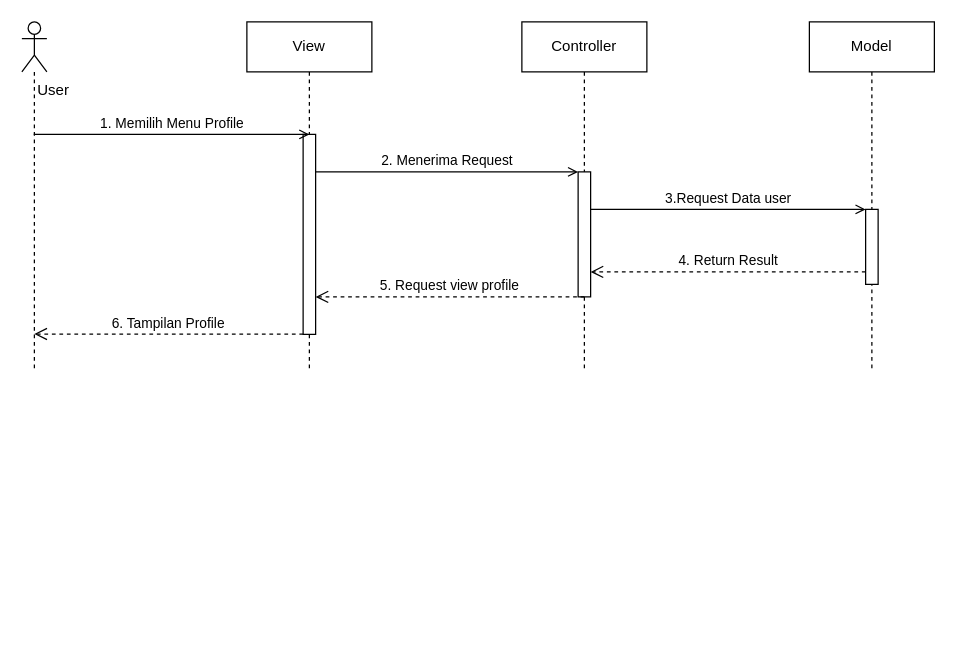
Before: page "Register_sequence" (2 of 4) of sequence.drawio in ThikerXCX/umltoko, a draw.io diagram. Source tidied: cells renumbered, new cells numbered last; positions are measured from the earlier drawing's top-left corner, leaving out a move shared by most shapes. Both pictures are drawn from the tidied source at 125%, with x=0, y=0 at pixel (21, 21).
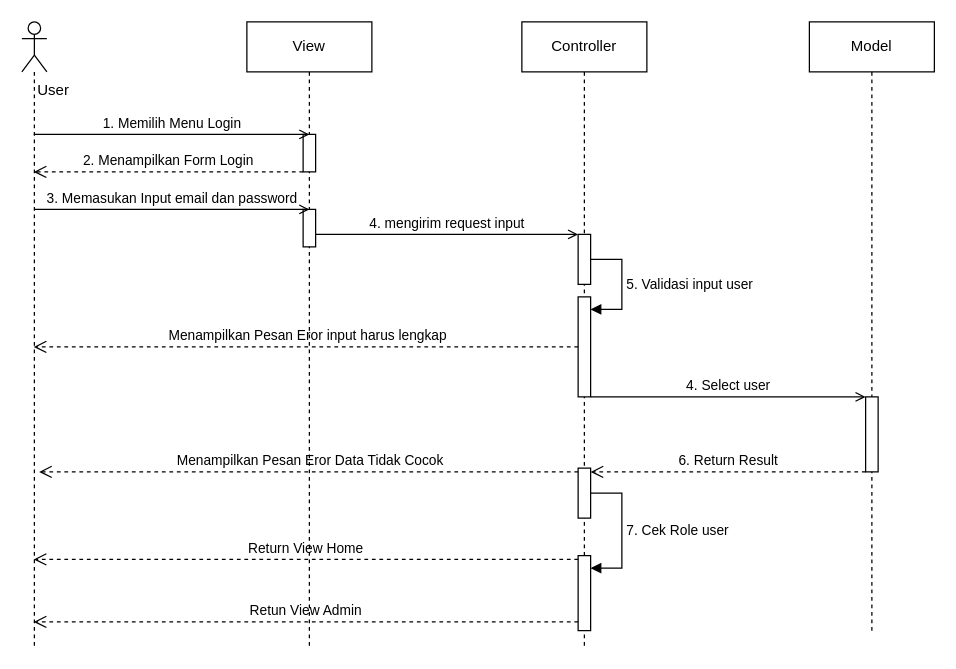
After the change.

Change to the diagram source:
```diff
@@
-    <mxCell id="2" style="shape=umlLifeline;perimeter=lifelinePerimeter;whiteSpace=wrap;html=1;outlineConnect=0;portConstraint=eastwest;newEdgeStyle={&quot;edgeStyle&quot;:&quot;elbowEdgeStyle&quot;,&quot;elbow&quot;:&quot;vertical&quot;,&quot;curved&quot;:0,&quot;rounded&quot;:0};participant=umlActor;" parent="1" vertex="1">
-      <mxGeometry width="20" height="280" as="geometry" />
-    </mxCell>
+    <mxCell id="16" style="shape=umlLifeline;perimeter=lifelinePerimeter;whiteSpace=wrap;html=1;outlineConnect=0;portConstraint=eastwest;newEdgeStyle={&quot;edgeStyle&quot;:&quot;elbowEdgeStyle&quot;,&quot;elbow&quot;:&quot;vertical&quot;,&quot;curved&quot;:0,&quot;rounded&quot;:0};participant=umlActor;" parent="1" vertex="1">
+      <mxGeometry width="20" height="500" as="geometry" />
+    </mxCell>
     <mxCell id="3" value="View" style="shape=umlLifeline;perimeter=lifelinePerimeter;whiteSpace=wrap;html=1;newEdgeStyle={&quot;edgeStyle&quot;:&quot;elbowEdgeStyle&quot;,&quot;elbow&quot;:&quot;vertical&quot;,&quot;curved&quot;:0,&quot;rounded&quot;:0};" parent="1" vertex="1">
-      <mxGeometry x="180" width="100" height="280" as="geometry" />
+      <mxGeometry x="180" width="100" height="500" as="geometry" />
     </mxCell>
-    <mxCell id="4" style="html=1;points=[];perimeter=orthogonalPerimeter;outlineConnect=0;targetShapes=umlLifeline;portConstraint=eastwest;newEdgeStyle={&quot;edgeStyle&quot;:&quot;elbowEdgeStyle&quot;,&quot;elbow&quot;:&quot;vertical&quot;,&quot;curved&quot;:0,&quot;rounded&quot;:0};" parent="3" vertex="1">
-      <mxGeometry x="45" y="90" width="10" height="160" as="geometry" />
-    </mxCell>
+    <mxCell id="17" style="html=1;points=[];perimeter=orthogonalPerimeter;outlineConnect=0;targetShapes=umlLifeline;portConstraint=eastwest;newEdgeStyle={&quot;edgeStyle&quot;:&quot;elbowEdgeStyle&quot;,&quot;elbow&quot;:&quot;vertical&quot;,&quot;curved&quot;:0,&quot;rounded&quot;:0};" parent="3" vertex="1">
+      <mxGeometry x="45" y="90" width="10" height="30" as="geometry" />
+    </mxCell>
+    <mxCell id="18" style="html=1;points=[];perimeter=orthogonalPerimeter;outlineConnect=0;targetShapes=umlLifeline;portConstraint=eastwest;newEdgeStyle={&quot;edgeStyle&quot;:&quot;elbowEdgeStyle&quot;,&quot;elbow&quot;:&quot;vertical&quot;,&quot;curved&quot;:0,&quot;rounded&quot;:0};" parent="3" vertex="1">
+      <mxGeometry x="45" y="150" width="10" height="30" as="geometry" />
+    </mxCell>
@@
     <mxCell id="6" value="Controller" style="shape=umlLifeline;perimeter=lifelinePerimeter;whiteSpace=wrap;html=1;newEdgeStyle={&quot;edgeStyle&quot;:&quot;elbowEdgeStyle&quot;,&quot;elbow&quot;:&quot;vertical&quot;,&quot;curved&quot;:0,&quot;rounded&quot;:0};" parent="1" vertex="1">
-      <mxGeometry x="400" width="100" height="280" as="geometry" />
+      <mxGeometry x="400" width="100" height="500" as="geometry" />
     </mxCell>
-    <mxCell id="7" style="html=1;points=[];perimeter=orthogonalPerimeter;outlineConnect=0;targetShapes=umlLifeline;portConstraint=eastwest;newEdgeStyle={&quot;edgeStyle&quot;:&quot;elbowEdgeStyle&quot;,&quot;elbow&quot;:&quot;vertical&quot;,&quot;curved&quot;:0,&quot;rounded&quot;:0};" parent="6" vertex="1">
-      <mxGeometry x="45" y="120" width="10" height="100" as="geometry" />
-    </mxCell>
+    <mxCell id="19" style="html=1;points=[];perimeter=orthogonalPerimeter;outlineConnect=0;targetShapes=umlLifeline;portConstraint=eastwest;newEdgeStyle={&quot;edgeStyle&quot;:&quot;elbowEdgeStyle&quot;,&quot;elbow&quot;:&quot;vertical&quot;,&quot;curved&quot;:0,&quot;rounded&quot;:0};" parent="6" vertex="1">
+      <mxGeometry x="45" y="170" width="10" height="40" as="geometry" />
+    </mxCell>
+    <mxCell id="20" value="5. Validasi input user" style="html=1;align=left;spacingLeft=2;endArrow=block;rounded=0;edgeStyle=orthogonalEdgeStyle;curved=0;rounded=0;" parent="6" edge="1" source="19" target="21">
+      <mxGeometry relative="1" as="geometry">
+        <Array as="points">
+          <mxPoint x="80" y="190" />
+          <mxPoint x="80" y="230" />
+        </Array>
+      </mxGeometry>
+    </mxCell>
+    <mxCell id="21" style="html=1;points=[];perimeter=orthogonalPerimeter;outlineConnect=0;targetShapes=umlLifeline;portConstraint=eastwest;newEdgeStyle={&quot;edgeStyle&quot;:&quot;elbowEdgeStyle&quot;,&quot;elbow&quot;:&quot;vertical&quot;,&quot;curved&quot;:0,&quot;rounded&quot;:0};" parent="6" vertex="1">
+      <mxGeometry x="45" y="220" width="10" height="80" as="geometry" />
+    </mxCell>
+    <mxCell id="22" style="html=1;points=[];perimeter=orthogonalPerimeter;outlineConnect=0;targetShapes=umlLifeline;portConstraint=eastwest;newEdgeStyle={&quot;edgeStyle&quot;:&quot;elbowEdgeStyle&quot;,&quot;elbow&quot;:&quot;vertical&quot;,&quot;curved&quot;:0,&quot;rounded&quot;:0};" parent="6" vertex="1">
+      <mxGeometry x="45" y="357" width="10" height="40" as="geometry" />
+    </mxCell>
+    <mxCell id="23" value="7. Cek Role user" style="html=1;align=left;spacingLeft=2;endArrow=block;rounded=0;edgeStyle=orthogonalEdgeStyle;curved=0;rounded=0;" parent="6" edge="1" source="22" target="24">
+      <mxGeometry relative="1" as="geometry">
+        <Array as="points">
+          <mxPoint x="80" y="377" />
+          <mxPoint x="80" y="437" />
+        </Array>
+      </mxGeometry>
+    </mxCell>
+    <mxCell id="24" style="html=1;points=[];perimeter=orthogonalPerimeter;outlineConnect=0;targetShapes=umlLifeline;portConstraint=eastwest;newEdgeStyle={&quot;edgeStyle&quot;:&quot;elbowEdgeStyle&quot;,&quot;elbow&quot;:&quot;vertical&quot;,&quot;curved&quot;:0,&quot;rounded&quot;:0};" parent="6" vertex="1">
+      <mxGeometry x="45" y="427" width="10" height="60" as="geometry" />
+    </mxCell>
     <mxCell id="8" value="Model" style="shape=umlLifeline;perimeter=lifelinePerimeter;whiteSpace=wrap;html=1;newEdgeStyle={&quot;edgeStyle&quot;:&quot;elbowEdgeStyle&quot;,&quot;elbow&quot;:&quot;vertical&quot;,&quot;curved&quot;:0,&quot;rounded&quot;:0};" parent="1" vertex="1">
-      <mxGeometry x="630" width="100" height="280" as="geometry" />
+      <mxGeometry x="630" width="100" height="490" as="geometry" />
     </mxCell>
-    <mxCell id="9" style="html=1;points=[];perimeter=orthogonalPerimeter;outlineConnect=0;targetShapes=umlLifeline;portConstraint=eastwest;newEdgeStyle={&quot;edgeStyle&quot;:&quot;elbowEdgeStyle&quot;,&quot;elbow&quot;:&quot;vertical&quot;,&quot;curved&quot;:0,&quot;rounded&quot;:0};" parent="8" vertex="1">
-      <mxGeometry x="45" y="150" width="10" height="60" as="geometry" />
-    </mxCell>
-    <mxCell id="10" value="1. Memilih Menu Profile" style="html=1;verticalAlign=bottom;labelBackgroundColor=none;endArrow=open;endFill=0;rounded=0;" parent="1" edge="1" source="2">
-      <mxGeometry relative="1" as="geometry">
-        <mxPoint x="230" y="90" as="targetPoint" />
-        <Array as="points">
-          <mxPoint x="100" y="90" />
-        </Array>
-      </mxGeometry>
-    </mxCell>
-    <mxCell id="11" value="4. Return Result" style="endArrow=open;startArrow=none;endFill=0;startFill=0;endSize=8;html=1;verticalAlign=bottom;dashed=1;labelBackgroundColor=none;rounded=0;" parent="1" edge="1" source="9" target="7">
-      <mxGeometry relative="1" as="geometry">
-        <Array as="points">
-          <mxPoint x="540" y="200" />
-        </Array>
-      </mxGeometry>
-    </mxCell>
-    <mxCell id="12" value="2. Menerima Request" style="html=1;verticalAlign=bottom;labelBackgroundColor=none;endArrow=open;endFill=0;rounded=0;" parent="1" edge="1" source="4" target="7">
-      <mxGeometry relative="1" as="geometry">
-        <Array as="points">
-          <mxPoint x="325" y="120" />
-        </Array>
-      </mxGeometry>
-    </mxCell>
-    <mxCell id="13" value="3.Request Data user" style="html=1;verticalAlign=bottom;labelBackgroundColor=none;endArrow=open;endFill=0;rounded=0;" parent="1" edge="1" source="7" target="9">
-      <mxGeometry relative="1" as="geometry">
-        <Array as="points">
-          <mxPoint x="550" y="150" />
-        </Array>
-      </mxGeometry>
-    </mxCell>
-    <mxCell id="14" value="5. Request view profile" style="endArrow=open;startArrow=none;endFill=0;startFill=0;endSize=8;html=1;verticalAlign=bottom;dashed=1;labelBackgroundColor=none;rounded=0;" parent="1" edge="1" target="4">
-      <mxGeometry relative="1" as="geometry">
-        <mxPoint x="450" y="220" as="sourcePoint" />
-        <Array as="points">
-          <mxPoint x="320" y="220" />
-        </Array>
-      </mxGeometry>
-    </mxCell>
-    <mxCell id="15" value="6. Tampilan Profile" style="endArrow=open;startArrow=none;endFill=0;startFill=0;endSize=8;html=1;verticalAlign=bottom;dashed=1;labelBackgroundColor=none;rounded=0;" parent="1" edge="1" source="4">
-      <mxGeometry relative="1" as="geometry">
-        <mxPoint x="10" y="249.7" as="targetPoint" />
-        <Array as="points">
-          <mxPoint x="100" y="249.7" />
-        </Array>
-      </mxGeometry>
-    </mxCell>
+    <mxCell id="25" style="html=1;points=[];perimeter=orthogonalPerimeter;outlineConnect=0;targetShapes=umlLifeline;portConstraint=eastwest;newEdgeStyle={&quot;edgeStyle&quot;:&quot;elbowEdgeStyle&quot;,&quot;elbow&quot;:&quot;vertical&quot;,&quot;curved&quot;:0,&quot;rounded&quot;:0};" parent="8" vertex="1">
+      <mxGeometry x="45" y="300" width="10" height="60" as="geometry" />
+    </mxCell>
+    <mxCell id="26" value="1. Memilih Menu Login" style="html=1;verticalAlign=bottom;labelBackgroundColor=none;endArrow=open;endFill=0;rounded=0;" parent="1" edge="1" source="16">
+      <mxGeometry relative="1" as="geometry">
+        <mxPoint x="230" y="90" as="targetPoint" />
+        <Array as="points">
+          <mxPoint x="100" y="90" />
+        </Array>
+      </mxGeometry>
+    </mxCell>
+    <mxCell id="27" value="2. Menampilkan Form Login" style="endArrow=open;startArrow=none;endFill=0;startFill=0;endSize=8;html=1;verticalAlign=bottom;dashed=1;labelBackgroundColor=none;rounded=0;" parent="1" edge="1" source="17" target="16">
+      <mxGeometry relative="1" as="geometry">
+        <Array as="points">
+          <mxPoint x="80" y="120" />
+        </Array>
+      </mxGeometry>
+    </mxCell>
+    <mxCell id="28" value="3. Memasukan Input email dan password" style="html=1;verticalAlign=bottom;labelBackgroundColor=none;endArrow=open;endFill=0;rounded=0;" parent="1" edge="1">
+      <mxGeometry relative="1" as="geometry">
+        <mxPoint x="10" y="150" as="sourcePoint" />
+        <mxPoint x="230" y="150" as="targetPoint" />
+        <Array as="points">
+          <mxPoint x="100" y="150" />
+        </Array>
+      </mxGeometry>
+    </mxCell>
+    <mxCell id="29" value="4. mengirim request input" style="html=1;verticalAlign=bottom;labelBackgroundColor=none;endArrow=open;endFill=0;rounded=0;" parent="1" edge="1" source="18">
+      <mxGeometry relative="1" as="geometry">
+        <mxPoint x="445" y="170" as="targetPoint" />
+        <Array as="points">
+          <mxPoint x="320" y="170" />
+        </Array>
+      </mxGeometry>
+    </mxCell>
+    <mxCell id="30" value="4. Select user" style="html=1;verticalAlign=bottom;labelBackgroundColor=none;endArrow=open;endFill=0;rounded=0;" parent="1" edge="1" target="25">
+      <mxGeometry relative="1" as="geometry">
+        <mxPoint x="455" y="300" as="sourcePoint" />
+        <Array as="points">
+          <mxPoint x="550" y="300" />
+        </Array>
+      </mxGeometry>
+    </mxCell>
+    <mxCell id="31" value="&amp;nbsp;Menampilkan Pesan Eror input harus lengkap" style="endArrow=open;startArrow=none;endFill=0;startFill=0;endSize=8;html=1;verticalAlign=bottom;dashed=1;labelBackgroundColor=none;rounded=0;" parent="1" edge="1" source="21" target="16">
+      <mxGeometry relative="1" as="geometry">
+        <Array as="points">
+          <mxPoint x="300" y="260" />
+        </Array>
+      </mxGeometry>
+    </mxCell>
+    <mxCell id="32" value="6. Return Result" style="endArrow=open;startArrow=none;endFill=0;startFill=0;endSize=8;html=1;verticalAlign=bottom;dashed=1;labelBackgroundColor=none;rounded=0;" parent="1" edge="1" source="25" target="22">
+      <mxGeometry relative="1" as="geometry">
+        <Array as="points">
+          <mxPoint x="530" y="360" />
+        </Array>
+      </mxGeometry>
+    </mxCell>
+    <mxCell id="33" value="&amp;nbsp;Menampilkan Pesan Eror Data Tidak Cocok" style="endArrow=open;startArrow=none;endFill=0;startFill=0;endSize=8;html=1;verticalAlign=bottom;dashed=1;labelBackgroundColor=none;rounded=0;" parent="1" edge="1" source="22">
+      <mxGeometry relative="1" as="geometry">
+        <mxPoint x="13.8" y="360" as="targetPoint" />
+        <Array as="points">
+          <mxPoint x="303.8" y="360" />
+        </Array>
+      </mxGeometry>
+    </mxCell>
+    <mxCell id="34" value="Return View Home" style="endArrow=open;startArrow=none;endFill=0;startFill=0;endSize=8;html=1;verticalAlign=bottom;dashed=1;labelBackgroundColor=none;rounded=0;" parent="1" edge="1" source="24" target="16">
+      <mxGeometry relative="1" as="geometry">
+        <Array as="points">
+          <mxPoint x="302.5" y="430" />
+        </Array>
+      </mxGeometry>
+    </mxCell>
+    <mxCell id="35" value="Retun View Admin" style="endArrow=open;startArrow=none;endFill=0;startFill=0;endSize=8;html=1;verticalAlign=bottom;dashed=1;labelBackgroundColor=none;rounded=0;" parent="1" edge="1" source="24" target="16">
+      <mxGeometry relative="1" as="geometry">
+        <Array as="points">
+          <mxPoint x="302.5" y="480" />
+        </Array>
+      </mxGeometry>
+    </mxCell>
```
